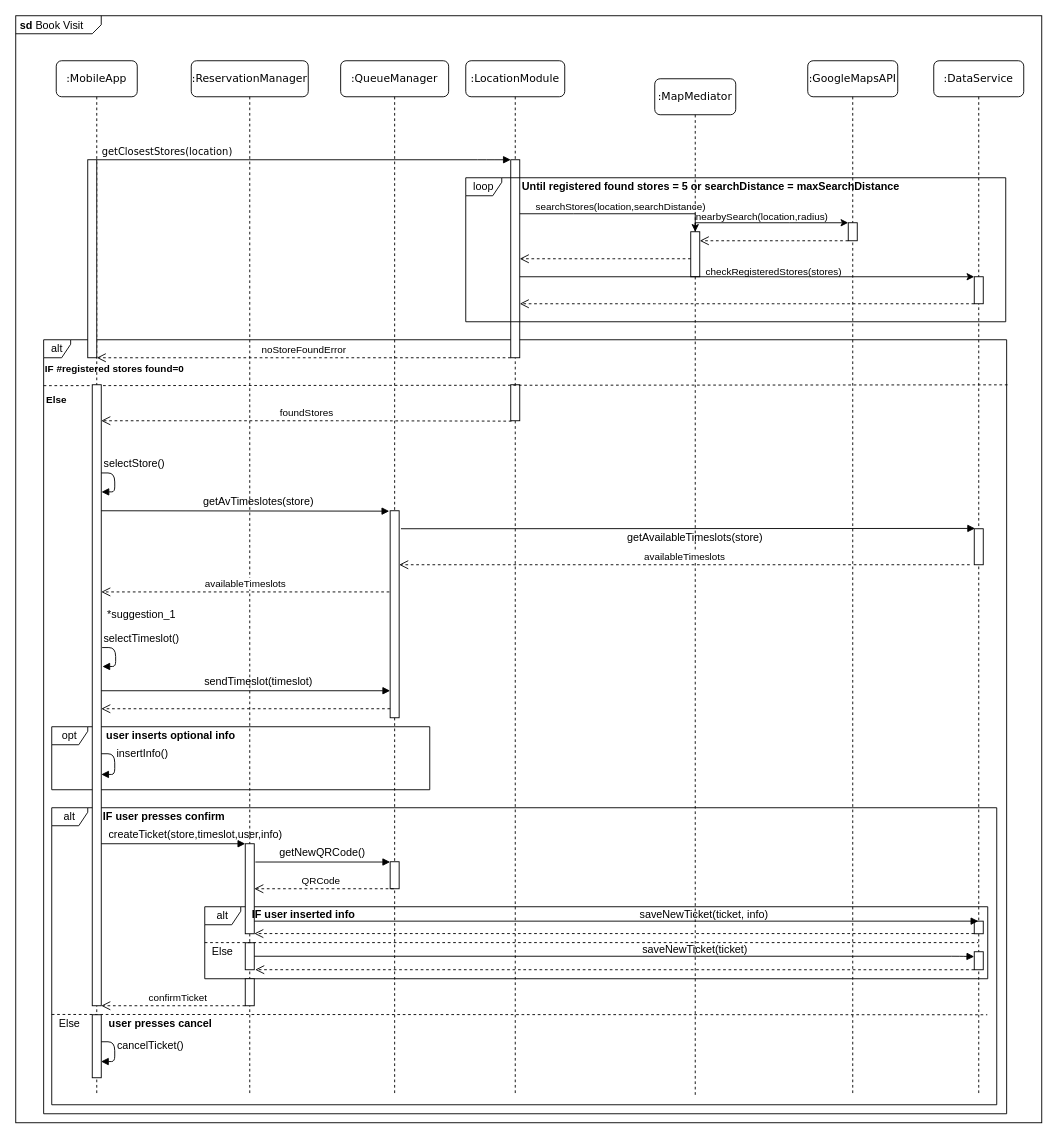
EtionPinari/PinariRomeoSbrolli keeps this draw.io diagram as Relevant DD information/Sequence Diagrams/DrawIO/bookVisitSeq.drawio. Above is the earlier version. Source tidied: cells renumbered, new cells numbered last; positions are measured from the earlier drawing's top-left corner, leaving out a move shared by most shapes. Both pictures are drawn from the tidied source at 90%, with x=0, y=0 at pixel (15, 15).
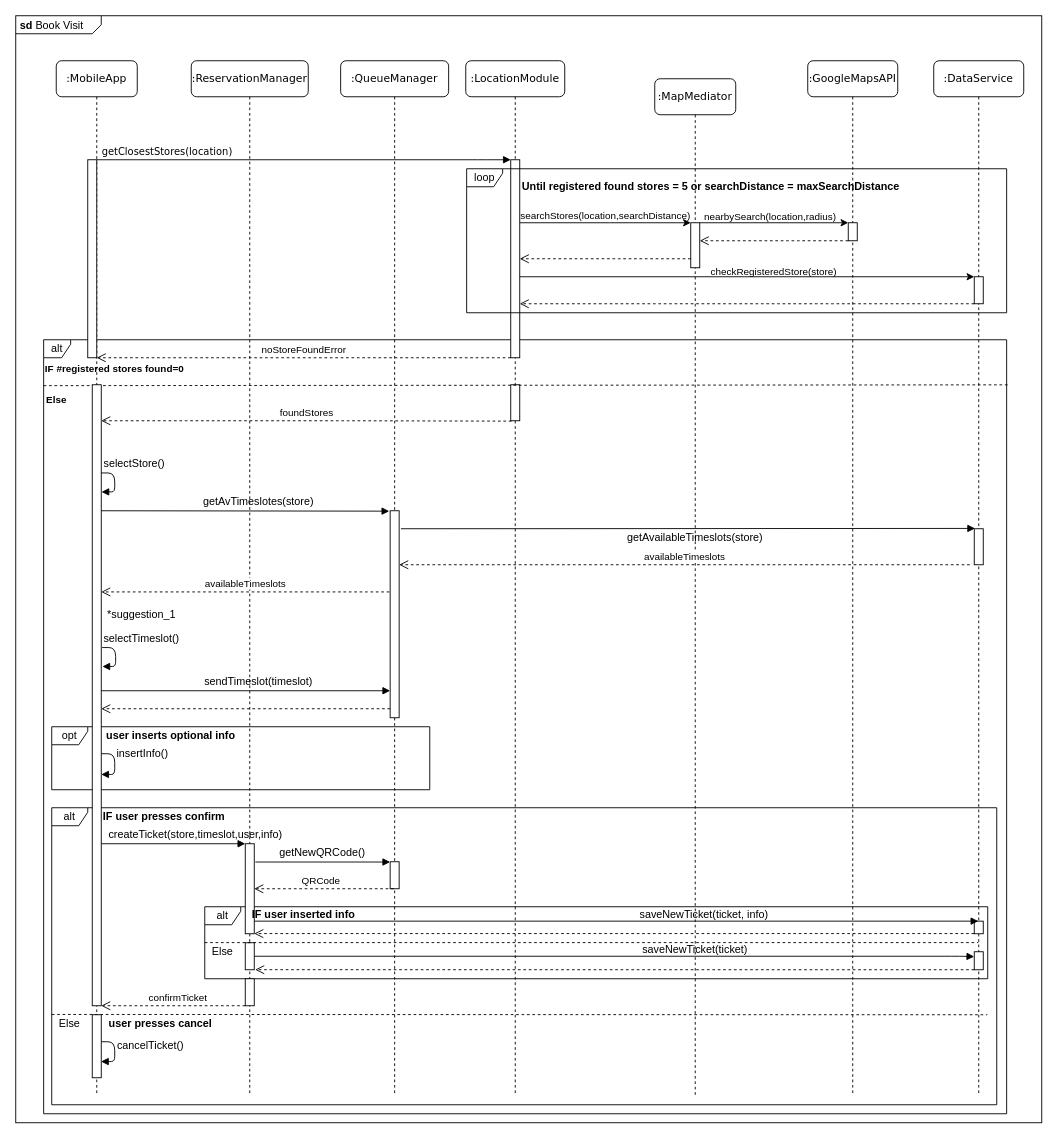
After the change.

Unchanged cells that the change refers to:
```xml
<mxCell id="14" style="html=1;points=[];perimeter=orthogonalPerimeter;rounded=0;shadow=0;comic=0;labelBackgroundColor=none;strokeWidth=1;fontFamily=Verdana;fontSize=12;align=center;" parent="13" vertex="1">
  <mxGeometry x="50" y="110" width="10" height="220" as="geometry" />
</mxCell>
<mxCell id="16" value=":MapMediator" style="shape=umlLifeline;perimeter=lifelinePerimeter;whiteSpace=wrap;html=1;rounded=1;shadow=0;comic=0;labelBackgroundColor=none;strokeWidth=1;fontFamily=Verdana;fontSize=12;align=center;" parent="1" vertex="1">
  <mxGeometry x="710" y="70" width="90" height="1130" as="geometry" />
</mxCell>
<mxCell id="35" style="edgeStyle=orthogonalEdgeStyle;rounded=0;jettySize=auto;html=1;" parent="1" edge="1" source="14" target="22">
  <mxGeometry relative="1" as="geometry">
    <Array as="points">
      <mxPoint x="810" y="290" />
      <mxPoint x="810" y="290" />
    </Array>
  </mxGeometry>
</mxCell>
```

What changed in the source:
```diff
@@
     <mxCell id="17" style="html=1;points=[];perimeter=orthogonalPerimeter;rounded=0;shadow=0;comic=0;labelBackgroundColor=none;strokeWidth=1;fontFamily=Verdana;fontSize=12;align=center;" parent="16" vertex="1">
-      <mxGeometry x="40" y="170" width="10" height="50" as="geometry" />
+      <mxGeometry x="40" y="160" width="10" height="50" as="geometry" />
     </mxCell>
@@
     <mxCell id="29" style="edgeStyle=orthogonalEdgeStyle;rounded=0;jettySize=auto;html=1;" parent="1" edge="1" source="14" target="17">
       <mxGeometry relative="1" as="geometry">
         <Array as="points">
-          <mxPoint x="620" y="220" />
-          <mxPoint x="620" y="220" />
+          <mxPoint x="660" y="230" />
+          <mxPoint x="660" y="230" />
         </Array>
       </mxGeometry>
     </mxCell>
@@
-    <mxCell id="36" value="checkRegisteredStores(stores)" style="edgeLabel;html=1;align=center;verticalAlign=middle;labelBackgroundColor=none;fontSize=11;" parent="35" vertex="1">
+    <mxCell id="36" value="checkRegisteredStore(store)" style="edgeLabel;html=1;align=center;verticalAlign=middle;labelBackgroundColor=none;fontSize=11;" parent="35" vertex="1">
       <mxGeometry x="0.03" relative="1" as="geometry">
         <mxPoint x="21.4" y="-7" as="offset" />
       </mxGeometry>
     </mxCell>
@@
     <mxCell id="43" value="loop" style="shape=umlFrame;whiteSpace=wrap;html=1;fontSize=12;width=40;height=20;" parent="1" vertex="1">
-      <mxGeometry x="500" y="180" width="600" height="160" as="geometry" />
+      <mxGeometry x="501" y="170" width="600" height="160" as="geometry" />
     </mxCell>
```
